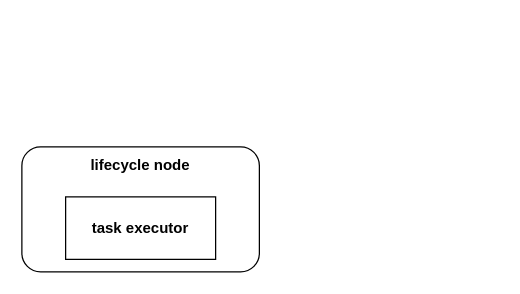
Before: nvq_task_manager架构图.drawio in Jev0987/drawioFile, a draw.io diagram. Source tidied: cells renumbered, new cells numbered last; positions are measured from the earlier drawing's top-left corner, leaving out a move shared by most shapes. Both pictures are drawn from the tidied source at 125%, with x=0, y=0 at pixel (21, 146).
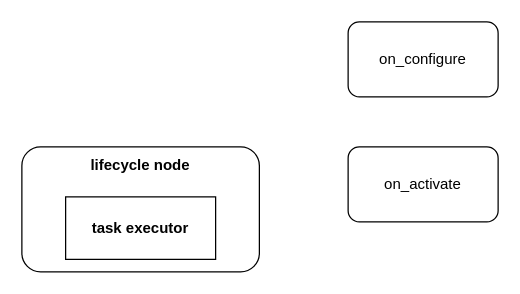
Above is the later version.

Commit message (it also covers changes not shown here):
更新nvq_task_manager架构图.drawio

Diff of the diagram source:
```diff
@@
 <mxGraphModel>
   <root>
     <mxCell id="0" />
     <mxCell id="1" parent="0" />
     <mxCell id="2" style="rounded=1;whiteSpace=wrap;html=1;" parent="1" vertex="1">
       <mxGeometry width="190" height="100" as="geometry" />
     </mxCell>
     <mxCell id="3" value="&lt;b&gt;task executor&lt;/b&gt;" style="whiteSpace=wrap;html=1;" parent="1" vertex="1">
       <mxGeometry x="35" y="40" width="120" height="50" as="geometry" />
     </mxCell>
     <mxCell id="4" value="&lt;b&gt;lifecycle node&lt;/b&gt;" style="text;html=1;whiteSpace=wrap;strokeColor=none;fillColor=none;align=center;verticalAlign=middle;rounded=0;" parent="1" vertex="1">
       <mxGeometry x="30" width="130" height="30" as="geometry" />
     </mxCell>
+    <mxCell id="5" value="on_configure" style="rounded=1;whiteSpace=wrap;html=1;" parent="1" vertex="1">
+      <mxGeometry x="261" y="-100" width="120" height="60" as="geometry" />
+    </mxCell>
+    <mxCell id="6" value="on_activate" style="rounded=1;whiteSpace=wrap;html=1;" parent="1" vertex="1">
+      <mxGeometry x="261" width="120" height="60" as="geometry" />
+    </mxCell>
   </root>
 </mxGraphModel>
```
